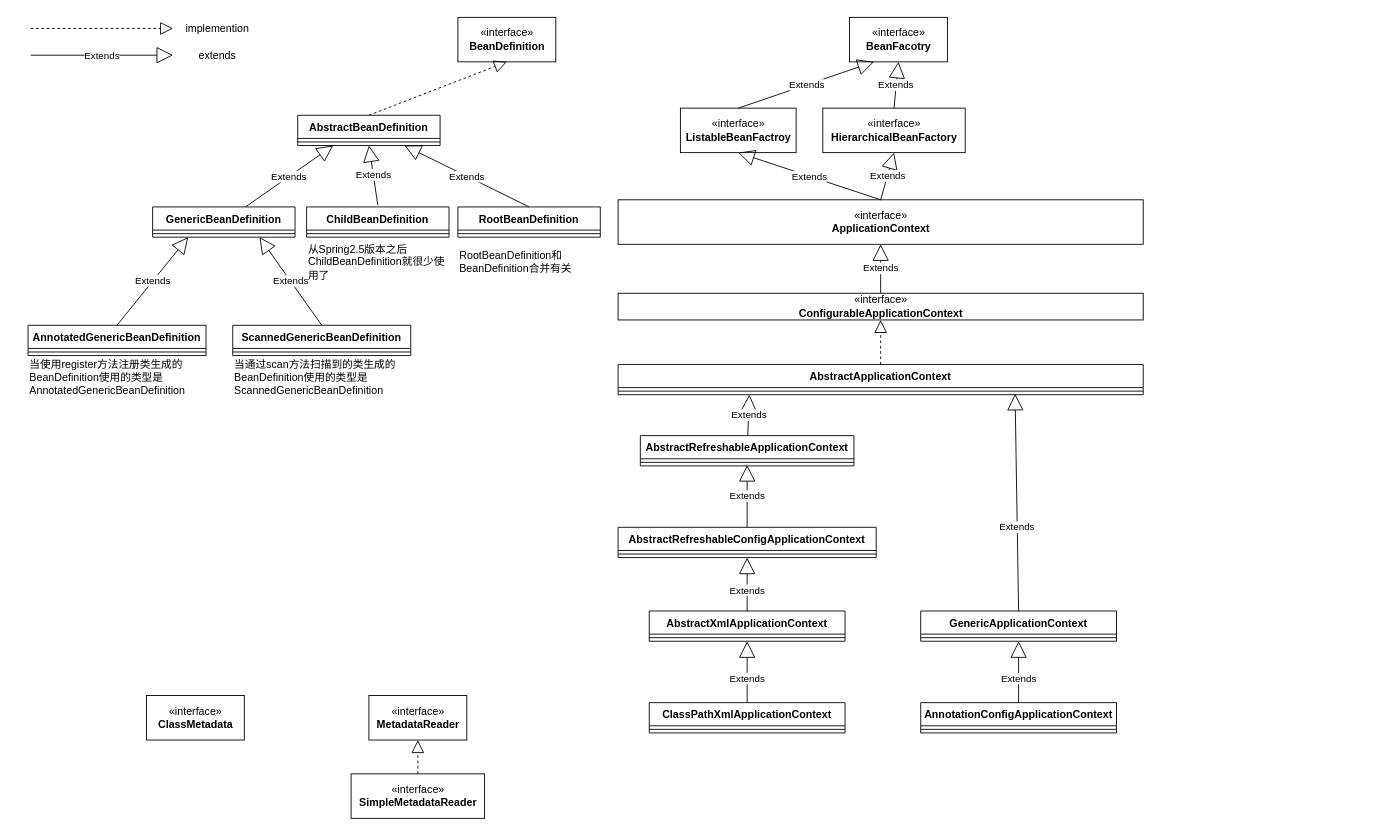
This is Untitled Diagram.drawio from zhoulei4652/gitchild, a draw.io file, before an edit. Source tidied: cells renumbered, new cells numbered last; positions are measured from the earlier drawing's top-left corner, leaving out a move shared by most shapes. Both pictures are drawn from the tidied source at 89%, with x=0, y=0 at pixel (28, 15).
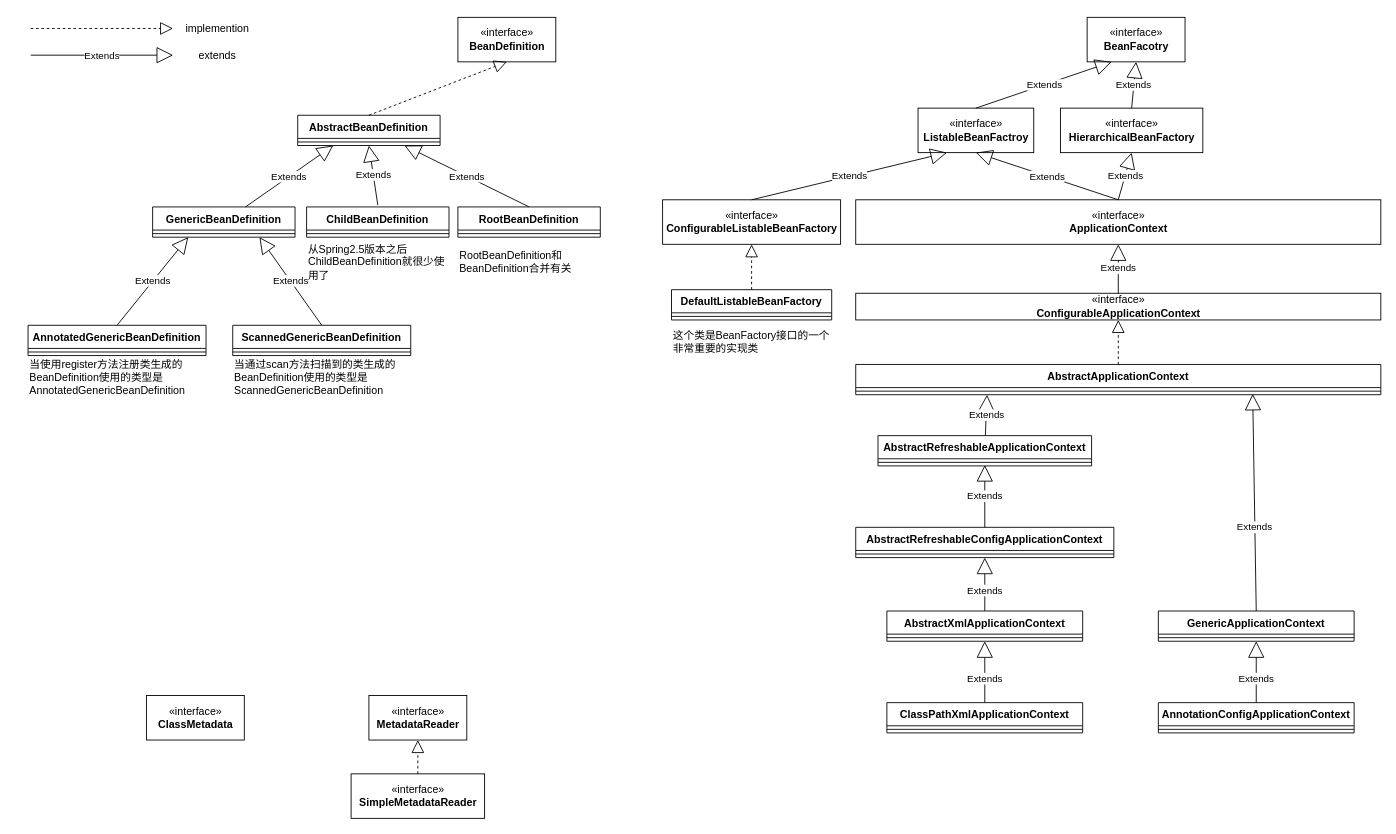
The same page after the edit.

The edit, as a diff of the source:
```diff
@@
     <mxCell id="29" value="«interface»&lt;br&gt;&lt;div&gt;&lt;b&gt;BeanFacotry&lt;/b&gt;&lt;/div&gt;" style="html=1;" parent="1" vertex="1">
-      <mxGeometry x="923" y="2" width="110" height="50" as="geometry" />
+      <mxGeometry x="1190" y="2" width="110" height="50" as="geometry" />
     </mxCell>
     <mxCell id="30" value="&lt;div&gt;«interface»&lt;span style=&quot;color: #000000&quot;&gt;&lt;br&gt;&lt;/span&gt;&lt;/div&gt;&lt;div&gt;&lt;b&gt;&lt;span style=&quot;color: #000000&quot;&gt;ApplicationContext&lt;/span&gt;&lt;/b&gt;&lt;/div&gt;" style="html=1;" parent="1" vertex="1">
-      <mxGeometry x="663" y="207" width="590" height="50" as="geometry" />
+      <mxGeometry x="930" y="207" width="590" height="50" as="geometry" />
     </mxCell>
     <mxCell id="31" value="&lt;div&gt;«interface»&lt;span style=&quot;color: #000000&quot;&gt;&lt;br&gt;&lt;/span&gt;&lt;/div&gt;&lt;div&gt;&lt;b&gt;&lt;span style=&quot;color: #000000&quot;&gt;ListableBeanFactroy&lt;/span&gt;&lt;/b&gt;&lt;/div&gt;" style="html=1;" parent="1" vertex="1">
-      <mxGeometry x="733" y="104" width="130" height="50" as="geometry" />
+      <mxGeometry x="1000" y="104" width="130" height="50" as="geometry" />
     </mxCell>
     <mxCell id="32" value="&lt;div&gt;«interface»&lt;span style=&quot;color: #000000&quot;&gt;&lt;/span&gt;&lt;span style=&quot;color: #000000&quot;&gt;&lt;br&gt;&lt;/span&gt;&lt;/div&gt;&lt;div&gt;&lt;b&gt;&lt;span style=&quot;color: #000000&quot;&gt;HierarchicalBeanFactory&lt;/span&gt;&lt;/b&gt;&lt;/div&gt;" style="html=1;" parent="1" vertex="1">
-      <mxGeometry x="893" y="104" width="160" height="50" as="geometry" />
+      <mxGeometry x="1160" y="104" width="160" height="50" as="geometry" />
     </mxCell>
@@
     <mxCell id="37" value="AnnotationConfigApplicationContext" style="swimlane;fontStyle=1;align=center;verticalAlign=top;horizontal=1;startSize=26;" parent="1" vertex="1">
-      <mxGeometry x="1003" y="772" width="220" height="34" as="geometry" />
+      <mxGeometry x="1270" y="772" width="220" height="34" as="geometry" />
     </mxCell>
@@
     <mxCell id="39" value="ClassPathXmlApplicationContext" style="swimlane;fontStyle=1;align=center;verticalAlign=top;horizontal=1;startSize=26;" parent="1" vertex="1">
-      <mxGeometry x="698" y="772" width="220" height="34" as="geometry" />
+      <mxGeometry x="965" y="772" width="220" height="34" as="geometry" />
     </mxCell>
@@
     <mxCell id="41" value="AbstractXmlApplicationContext" style="swimlane;fontStyle=1;align=center;verticalAlign=top;horizontal=1;startSize=26;" parent="1" vertex="1">
-      <mxGeometry x="698" y="669" width="220" height="34" as="geometry" />
+      <mxGeometry x="965" y="669" width="220" height="34" as="geometry" />
     </mxCell>
@@
     <mxCell id="43" value="AbstractRefreshableConfigApplicationContext" style="swimlane;fontStyle=1;align=center;verticalAlign=top;horizontal=1;startSize=26;" parent="1" vertex="1">
-      <mxGeometry x="663" y="575" width="290" height="34" as="geometry" />
+      <mxGeometry x="930" y="575" width="290" height="34" as="geometry" />
     </mxCell>
@@
     <mxCell id="45" value="AbstractRefreshableApplicationContext" style="swimlane;fontStyle=1;align=center;verticalAlign=top;horizontal=1;startSize=26;" parent="1" vertex="1">
-      <mxGeometry x="688" y="472" width="240" height="34" as="geometry" />
+      <mxGeometry x="955" y="472" width="240" height="34" as="geometry" />
     </mxCell>
@@
     <mxCell id="47" value="AbstractApplicationContext" style="swimlane;fontStyle=1;align=center;verticalAlign=top;horizontal=1;startSize=26;" parent="1" vertex="1">
-      <mxGeometry x="663" y="392" width="590" height="34" as="geometry" />
+      <mxGeometry x="930" y="392" width="590" height="34" as="geometry" />
     </mxCell>
@@
     <mxCell id="49" value="&lt;div&gt;«interface»&lt;span style=&quot;color: #000000&quot;&gt;&lt;/span&gt;&lt;span style=&quot;color: #000000&quot;&gt;&lt;/span&gt;&lt;span style=&quot;color: #000000&quot;&gt;&lt;br&gt;&lt;/span&gt;&lt;/div&gt;&lt;div&gt;&lt;b&gt;&lt;span style=&quot;color: #000000&quot;&gt;ConfigurableApplicationContext&lt;/span&gt;&lt;/b&gt;&lt;/div&gt;" style="html=1;" parent="1" vertex="1">
-      <mxGeometry x="663" y="312" width="590" height="30" as="geometry" />
+      <mxGeometry x="930" y="312" width="590" height="30" as="geometry" />
     </mxCell>
     <mxCell id="50" value="GenericApplicationContext" style="swimlane;fontStyle=1;align=center;verticalAlign=top;horizontal=1;startSize=26;" parent="1" vertex="1">
-      <mxGeometry x="1003" y="669" width="220" height="34" as="geometry" />
+      <mxGeometry x="1270" y="669" width="220" height="34" as="geometry" />
     </mxCell>
@@
+    <mxCell id="64" value="&lt;div&gt;«interface»&lt;span style=&quot;color: #000000&quot;&gt;&lt;/span&gt;&lt;span style=&quot;color: #000000&quot;&gt;&lt;br&gt;&lt;/span&gt;&lt;/div&gt;&lt;div&gt;&lt;b&gt;&lt;span style=&quot;color: #000000&quot;&gt;ConfigurableListableBeanFactory&lt;/span&gt;&lt;/b&gt;&lt;/div&gt;" style="html=1;" parent="1" vertex="1">
+      <mxGeometry x="713" y="207" width="200" height="50" as="geometry" />
+    </mxCell>
+    <mxCell id="65" value="Extends" style="endArrow=block;endSize=16;endFill=0;html=1;rounded=0;entryX=0.25;entryY=1;entryDx=0;entryDy=0;exitX=0.5;exitY=0;exitDx=0;exitDy=0;" parent="1" edge="1" source="64" target="31">
+      <mxGeometry relative="1" as="geometry" />
+    </mxCell>
+    <mxCell id="66" value="DefaultListableBeanFactory" style="swimlane;fontStyle=1;align=center;verticalAlign=top;horizontal=1;startSize=26;" parent="1" vertex="1">
+      <mxGeometry x="723" y="308" width="180" height="34" as="geometry" />
+    </mxCell>
+    <mxCell id="67" style="line;strokeWidth=1;fillColor=none;align=left;verticalAlign=middle;spacingTop=-1;spacingLeft=3;spacingRight=3;labelPosition=right;" parent="66" vertex="1">
+      <mxGeometry y="26" width="180" height="8" as="geometry" />
+    </mxCell>
+    <mxCell id="68" style="endArrow=block;dashed=1;endFill=0;endSize=12;html=1;rounded=0;exitX=0.5;exitY=0;exitDx=0;exitDy=0;entryX=0.5;entryY=1;entryDx=0;entryDy=0;" parent="1" edge="1" source="66" target="64">
+      <mxGeometry relative="1" as="geometry" />
+    </mxCell>
+    <mxCell id="69" value="这个类是BeanFactory接口的一个非常重要的实现类" style="text;html=1;strokeColor=none;fillColor=none;align=left;verticalAlign=middle;whiteSpace=wrap;rounded=0;" parent="1" vertex="1">
+      <mxGeometry x="723" y="352" width="180" height="30" as="geometry" />
+    </mxCell>
```
